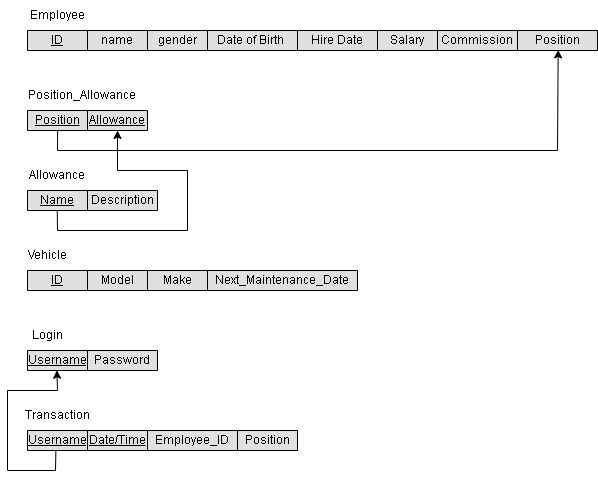
AhmedElkhashn/DB-project keeps this draw.io diagram as Phase 1/Relational Schema.drawio.png. Above is the earlier version. Source tidied: cells renumbered, new cells last; positions are measured from the earlier drawing's top-left corner, leaving out a move shared by most shapes.
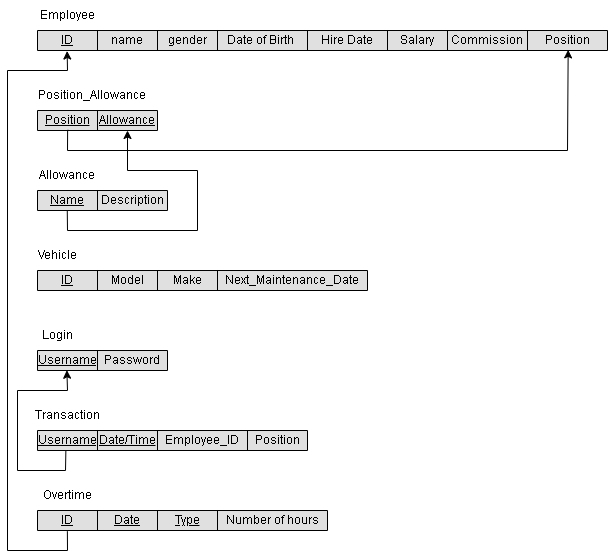
The same diagram one commit later.

Change to the diagram source:
```diff
@@ -150,5 +150,36 @@
         </Array>
       </mxGeometry>
     </mxCell>
+    <mxCell id="45" style="shape=table;startSize=0;fontSize=16;fillColor=#E0E0E0;fontColor=#333333;strokeColor=#000000;fontStyle=4;" parent="1" vertex="1">
+      <mxGeometry x="20" y="510" width="290" height="20" as="geometry" />
+    </mxCell>
+    <mxCell id="46" style="shape=tableRow;horizontal=0;startSize=0;swimlaneHead=0;swimlaneBody=0;strokeColor=inherit;top=0;left=0;bottom=0;right=0;fillColor=none;points=[[0,0.5],[1,0.5]];portConstraint=eastwest;fontSize=16;" parent="45" vertex="1">
+      <mxGeometry width="290" height="20" as="geometry" />
+    </mxCell>
+    <mxCell id="47" value="&lt;u&gt;ID&lt;/u&gt;" style="shape=partialRectangle;html=1;whiteSpace=wrap;strokeColor=inherit;overflow=hidden;fillColor=none;top=0;left=0;bottom=0;right=0;fontSize=12;" parent="46" vertex="1">
+      <mxGeometry width="60" height="20" as="geometry" />
+    </mxCell>
+    <mxCell id="48" value="&lt;u&gt;Date&lt;/u&gt;" style="shape=partialRectangle;html=1;whiteSpace=wrap;strokeColor=inherit;overflow=hidden;fillColor=none;top=0;left=0;bottom=0;right=0;fontSize=12;" parent="46" vertex="1">
+      <mxGeometry x="60" width="60" height="20" as="geometry" />
+    </mxCell>
+    <mxCell id="49" value="Type" style="shape=partialRectangle;html=1;whiteSpace=wrap;strokeColor=inherit;overflow=hidden;fillColor=none;top=0;left=0;bottom=0;right=0;fontSize=12;fontStyle=4;" parent="46" vertex="1">
+      <mxGeometry x="120" width="60" height="20" as="geometry" />
+    </mxCell>
+    <mxCell id="50" value="Number of hours" style="shape=partialRectangle;html=1;whiteSpace=wrap;strokeColor=inherit;overflow=hidden;fillColor=none;top=0;left=0;bottom=0;right=0;fontSize=12;" parent="46" vertex="1">
+      <mxGeometry x="180" width="110" height="20" as="geometry" />
+    </mxCell>
+    <mxCell id="51" value="Overtime" style="text;html=1;strokeColor=none;fillColor=none;align=center;verticalAlign=middle;whiteSpace=wrap;rounded=0;" parent="1" vertex="1">
+      <mxGeometry x="20" y="480" width="60" height="30" as="geometry" />
+    </mxCell>
+    <mxCell id="52" style="endArrow=classic;html=1;rounded=0;exitX=0.103;exitY=1.038;exitDx=0;exitDy=0;exitPerimeter=0;entryX=0.052;entryY=1.026;entryDx=0;entryDy=0;entryPerimeter=0;" parent="1" edge="1" source="46" target="3">
+      <mxGeometry relative="1" as="geometry">
+        <Array as="points">
+          <mxPoint x="50" y="550" />
+          <mxPoint x="-10" y="550" />
+          <mxPoint x="-10" y="70" />
+          <mxPoint x="50" y="70" />
+        </Array>
+      </mxGeometry>
+    </mxCell>
   </root>
 </mxGraphModel>
```
